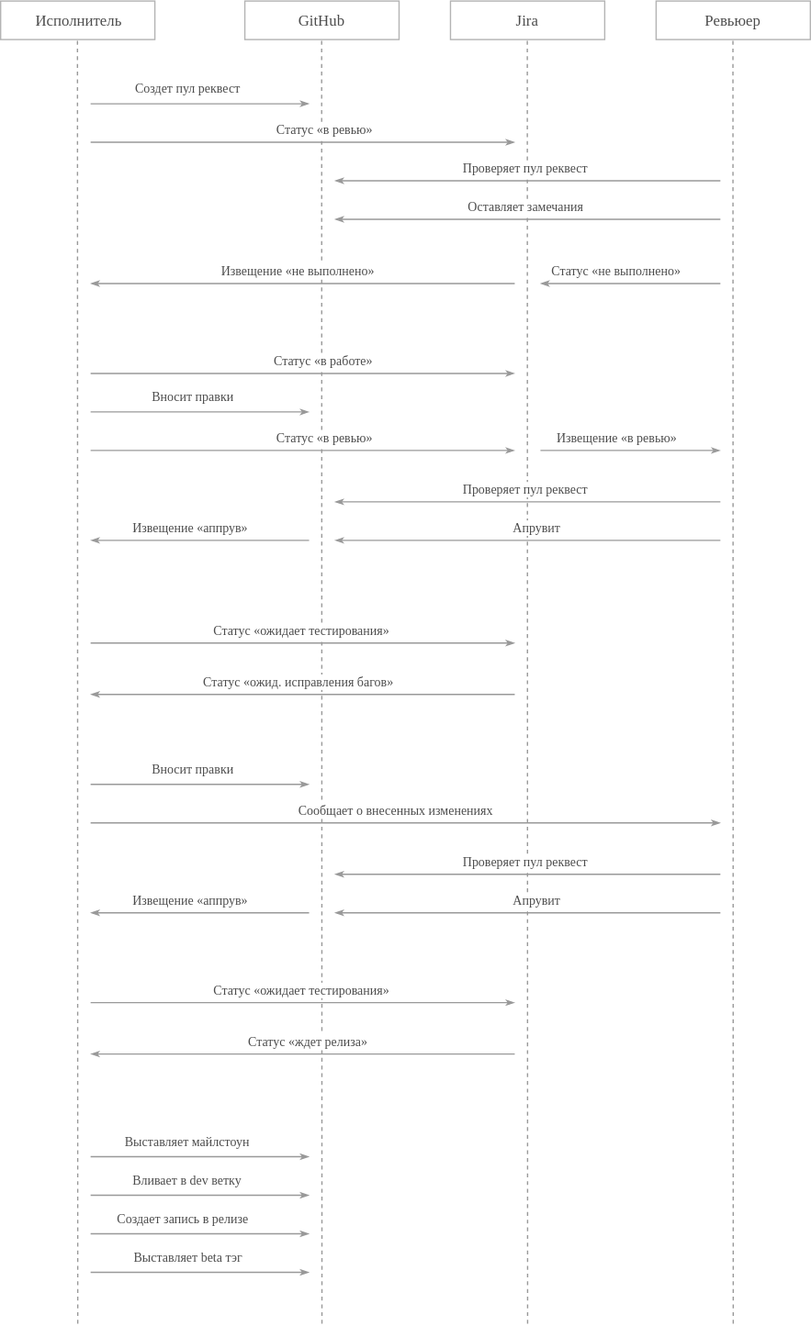
ajile/draw-io keeps this draw.io diagram as workflow.svg. Above is the earlier version. Source tidied: cells renumbered, new cells last; positions are measured from the earlier drawing's top-left corner, leaving out a move shared by most shapes.
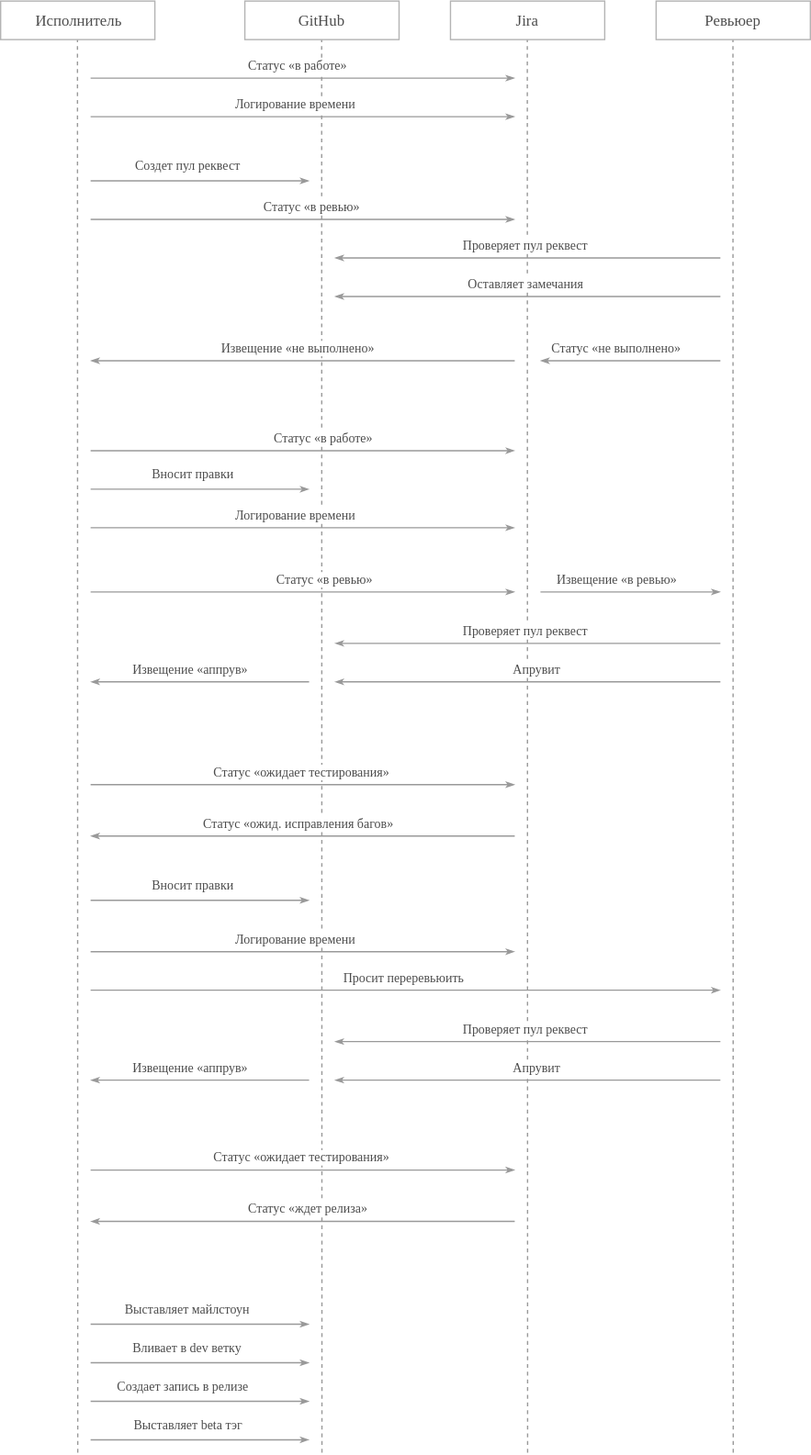
After the commit.

Change to the diagram source:
```diff
@@ -9,3 +9,3 @@
       <mxGeometry relative="1" as="geometry">
-        <mxPoint x="250" y="1030" as="sourcePoint" />
+        <mxPoint x="250" y="1130" as="sourcePoint" />
       </mxGeometry>
@@ -17,3 +17,3 @@
       <mxGeometry relative="1" as="geometry">
-        <mxPoint x="410" y="1030" as="sourcePoint" />
+        <mxPoint x="410" y="1130" as="sourcePoint" />
       </mxGeometry>
@@ -25,4 +25,4 @@
       <mxGeometry relative="1" as="geometry">
-        <mxPoint x="70" y="80" as="sourcePoint" />
-        <mxPoint x="240" y="80" as="targetPoint" />
+        <mxPoint x="70" y="140" as="sourcePoint" />
+        <mxPoint x="240" y="140" as="targetPoint" />
       </mxGeometry>
@@ -36,4 +36,4 @@
       <mxGeometry relative="1" as="geometry">
-        <mxPoint x="70" y="110" as="sourcePoint" />
-        <mxPoint x="400" y="110" as="targetPoint" />
+        <mxPoint x="70" y="170" as="sourcePoint" />
+        <mxPoint x="400" y="170" as="targetPoint" />
       </mxGeometry>
@@ -42,3 +42,3 @@
       <mxGeometry x="0.13" y="1" relative="1" as="geometry">
-        <mxPoint x="4" y="-9" as="offset" />
+        <mxPoint x="-6" y="-9" as="offset" />
       </mxGeometry>
@@ -47,3 +47,3 @@
       <mxGeometry relative="1" as="geometry">
-        <mxPoint x="60" y="1030" as="sourcePoint" />
+        <mxPoint x="60" y="1130" as="sourcePoint" />
       </mxGeometry>
@@ -55,3 +55,3 @@
       <mxGeometry relative="1" as="geometry">
-        <mxPoint x="570" y="1030" as="sourcePoint" />
+        <mxPoint x="570" y="1130" as="sourcePoint" />
       </mxGeometry>
@@ -60,4 +60,4 @@
       <mxGeometry relative="1" as="geometry">
-        <mxPoint x="560" y="140" as="sourcePoint" />
-        <mxPoint x="260" y="140" as="targetPoint" />
+        <mxPoint x="560" y="200" as="sourcePoint" />
+        <mxPoint x="260" y="200" as="targetPoint" />
       </mxGeometry>
@@ -71,4 +71,4 @@
       <mxGeometry relative="1" as="geometry">
-        <mxPoint x="560" y="220" as="sourcePoint" />
-        <mxPoint x="420" y="220" as="targetPoint" />
+        <mxPoint x="560" y="280" as="sourcePoint" />
+        <mxPoint x="420" y="280" as="targetPoint" />
       </mxGeometry>
@@ -82,4 +82,4 @@
       <mxGeometry relative="1" as="geometry">
-        <mxPoint x="400" y="220" as="sourcePoint" />
-        <mxPoint x="70" y="220" as="targetPoint" />
+        <mxPoint x="400" y="280" as="sourcePoint" />
+        <mxPoint x="70" y="280" as="targetPoint" />
       </mxGeometry>
@@ -93,4 +93,4 @@
       <mxGeometry relative="1" as="geometry">
-        <mxPoint x="560" y="170" as="sourcePoint" />
-        <mxPoint x="260" y="170" as="targetPoint" />
+        <mxPoint x="560" y="230" as="sourcePoint" />
+        <mxPoint x="260" y="230" as="targetPoint" />
       </mxGeometry>
@@ -104,4 +104,4 @@
       <mxGeometry relative="1" as="geometry">
-        <mxPoint x="70" y="320" as="sourcePoint" />
-        <mxPoint x="240" y="320" as="targetPoint" />
+        <mxPoint x="70" y="380" as="sourcePoint" />
+        <mxPoint x="240" y="380" as="targetPoint" />
       </mxGeometry>
@@ -115,4 +115,4 @@
       <mxGeometry relative="1" as="geometry">
-        <mxPoint x="420" y="350" as="sourcePoint" />
-        <mxPoint x="560" y="350" as="targetPoint" />
+        <mxPoint x="420" y="460" as="sourcePoint" />
+        <mxPoint x="560" y="460" as="targetPoint" />
       </mxGeometry>
@@ -126,4 +126,4 @@
       <mxGeometry relative="1" as="geometry">
-        <mxPoint x="70" y="290" as="sourcePoint" />
-        <mxPoint x="400" y="290" as="targetPoint" />
+        <mxPoint x="70" y="350" as="sourcePoint" />
+        <mxPoint x="400" y="350" as="targetPoint" />
       </mxGeometry>
@@ -137,4 +137,4 @@
       <mxGeometry relative="1" as="geometry">
-        <mxPoint x="70" y="350" as="sourcePoint" />
-        <mxPoint x="400" y="350" as="targetPoint" />
+        <mxPoint x="70" y="460" as="sourcePoint" />
+        <mxPoint x="400" y="460" as="targetPoint" />
       </mxGeometry>
@@ -148,4 +148,4 @@
       <mxGeometry relative="1" as="geometry">
-        <mxPoint x="560" y="390" as="sourcePoint" />
-        <mxPoint x="260" y="390" as="targetPoint" />
+        <mxPoint x="560" y="500" as="sourcePoint" />
+        <mxPoint x="260" y="500" as="targetPoint" />
       </mxGeometry>
@@ -159,4 +159,4 @@
       <mxGeometry relative="1" as="geometry">
-        <mxPoint x="560" y="420" as="sourcePoint" />
-        <mxPoint x="260" y="420" as="targetPoint" />
+        <mxPoint x="560" y="530" as="sourcePoint" />
+        <mxPoint x="260" y="530" as="targetPoint" />
       </mxGeometry>
@@ -170,4 +170,4 @@
       <mxGeometry relative="1" as="geometry">
-        <mxPoint x="240" y="420" as="sourcePoint" />
-        <mxPoint x="70" y="420" as="targetPoint" />
+        <mxPoint x="240" y="530" as="sourcePoint" />
+        <mxPoint x="70" y="530" as="targetPoint" />
       </mxGeometry>
@@ -181,4 +181,4 @@
       <mxGeometry relative="1" as="geometry">
-        <mxPoint x="70" y="500" as="sourcePoint" />
-        <mxPoint x="400" y="500" as="targetPoint" />
+        <mxPoint x="70" y="610" as="sourcePoint" />
+        <mxPoint x="400" y="610" as="targetPoint" />
       </mxGeometry>
@@ -192,4 +192,4 @@
       <mxGeometry relative="1" as="geometry">
-        <mxPoint x="400" y="540" as="sourcePoint" />
-        <mxPoint x="70" y="540" as="targetPoint" />
+        <mxPoint x="400" y="650" as="sourcePoint" />
+        <mxPoint x="70" y="650" as="targetPoint" />
       </mxGeometry>
@@ -203,4 +203,4 @@
       <mxGeometry relative="1" as="geometry">
-        <mxPoint x="70" y="610" as="sourcePoint" />
-        <mxPoint x="240" y="610" as="targetPoint" />
+        <mxPoint x="70" y="700" as="sourcePoint" />
+        <mxPoint x="240" y="700" as="targetPoint" />
       </mxGeometry>
@@ -214,7 +214,7 @@
       <mxGeometry relative="1" as="geometry">
-        <mxPoint x="70" y="640" as="sourcePoint" />
-        <mxPoint x="560" y="640" as="targetPoint" />
+        <mxPoint x="70" y="770" as="sourcePoint" />
+        <mxPoint x="560" y="770" as="targetPoint" />
       </mxGeometry>
     </mxCell>
-    <mxCell id="43" value="Сообщает о внесенных изменениях" style="text;html=1;align=center;verticalAlign=middle;labelBackgroundColor=#ffffff;fontSize=10;fontFamily=Verdana;fontColor=#4D4D4D;" parent="42" vertex="1">
+    <mxCell id="43" value="Просит переревьюить" style="text;html=1;align=center;verticalAlign=middle;labelBackgroundColor=#ffffff;fontSize=10;fontFamily=Verdana;fontColor=#4D4D4D;" parent="42" vertex="1">
       <mxGeometry x="-0.11" relative="1" as="geometry">
@@ -225,4 +225,4 @@
       <mxGeometry relative="1" as="geometry">
-        <mxPoint x="70" y="780" as="sourcePoint" />
-        <mxPoint x="400" y="780" as="targetPoint" />
+        <mxPoint x="70" y="910" as="sourcePoint" />
+        <mxPoint x="400" y="910" as="targetPoint" />
       </mxGeometry>
@@ -236,4 +236,4 @@
       <mxGeometry relative="1" as="geometry">
-        <mxPoint x="400" y="820" as="sourcePoint" />
-        <mxPoint x="70" y="820" as="targetPoint" />
+        <mxPoint x="400" y="950" as="sourcePoint" />
+        <mxPoint x="70" y="950" as="targetPoint" />
       </mxGeometry>
@@ -247,4 +247,4 @@
       <mxGeometry relative="1" as="geometry">
-        <mxPoint x="560" y="680" as="sourcePoint" />
-        <mxPoint x="260" y="680" as="targetPoint" />
+        <mxPoint x="560" y="810" as="sourcePoint" />
+        <mxPoint x="260" y="810" as="targetPoint" />
       </mxGeometry>
@@ -258,4 +258,4 @@
       <mxGeometry relative="1" as="geometry">
-        <mxPoint x="560" y="710" as="sourcePoint" />
-        <mxPoint x="260" y="710" as="targetPoint" />
+        <mxPoint x="560" y="840" as="sourcePoint" />
+        <mxPoint x="260" y="840" as="targetPoint" />
       </mxGeometry>
@@ -269,4 +269,4 @@
       <mxGeometry relative="1" as="geometry">
-        <mxPoint x="240" y="710" as="sourcePoint" />
-        <mxPoint x="70" y="710" as="targetPoint" />
+        <mxPoint x="240" y="840" as="sourcePoint" />
+        <mxPoint x="70" y="840" as="targetPoint" />
       </mxGeometry>
@@ -280,4 +280,4 @@
       <mxGeometry relative="1" as="geometry">
-        <mxPoint x="70" y="900" as="sourcePoint" />
-        <mxPoint x="240" y="900" as="targetPoint" />
+        <mxPoint x="70" y="1030" as="sourcePoint" />
+        <mxPoint x="240" y="1030" as="targetPoint" />
       </mxGeometry>
@@ -291,4 +291,4 @@
       <mxGeometry relative="1" as="geometry">
-        <mxPoint x="70" y="930" as="sourcePoint" />
-        <mxPoint x="240" y="930" as="targetPoint" />
+        <mxPoint x="70" y="1060" as="sourcePoint" />
+        <mxPoint x="240" y="1060" as="targetPoint" />
       </mxGeometry>
@@ -302,4 +302,4 @@
       <mxGeometry relative="1" as="geometry">
-        <mxPoint x="70" y="960" as="sourcePoint" />
-        <mxPoint x="240" y="960" as="targetPoint" />
+        <mxPoint x="70" y="1090" as="sourcePoint" />
+        <mxPoint x="240" y="1090" as="targetPoint" />
       </mxGeometry>
@@ -313,4 +313,4 @@
       <mxGeometry relative="1" as="geometry">
-        <mxPoint x="70" y="990" as="sourcePoint" />
-        <mxPoint x="240" y="990" as="targetPoint" />
+        <mxPoint x="70" y="1120" as="sourcePoint" />
+        <mxPoint x="240" y="1120" as="targetPoint" />
       </mxGeometry>
@@ -322,2 +322,46 @@
     </mxCell>
+    <mxCell id="62" style="edgeStyle=none;rounded=0;html=1;startArrow=none;startFill=0;startSize=16;endArrow=classicThin;endFill=1;endSize=4;jettySize=auto;orthogonalLoop=1;strokeColor=#999999;strokeWidth=1;fontFamily=Verdana;fontSize=12;fontColor=#4D4D4D;labelBackgroundColor=none;" parent="1" edge="1">
+      <mxGeometry relative="1" as="geometry">
+        <mxPoint x="70" y="60" as="sourcePoint" />
+        <mxPoint x="400" y="60" as="targetPoint" />
+      </mxGeometry>
+    </mxCell>
+    <mxCell id="63" value="Статус «в работе»" style="text;html=1;align=center;verticalAlign=middle;labelBackgroundColor=#ffffff;fontSize=10;fontFamily=Verdana;fontColor=#4D4D4D;" parent="62" vertex="1">
+      <mxGeometry x="-0.11" relative="1" as="geometry">
+        <mxPoint x="23" y="-10" as="offset" />
+      </mxGeometry>
+    </mxCell>
+    <mxCell id="64" style="edgeStyle=none;rounded=0;html=1;startArrow=none;startFill=0;startSize=16;endArrow=classicThin;endFill=1;endSize=4;jettySize=auto;orthogonalLoop=1;strokeColor=#999999;strokeWidth=1;fontFamily=Verdana;fontSize=12;fontColor=#4D4D4D;labelBackgroundColor=none;" parent="1" edge="1">
+      <mxGeometry relative="1" as="geometry">
+        <mxPoint x="70" y="90" as="sourcePoint" />
+        <mxPoint x="400" y="90" as="targetPoint" />
+      </mxGeometry>
+    </mxCell>
+    <mxCell id="65" value="Логирование времени" style="text;html=1;align=center;verticalAlign=middle;labelBackgroundColor=#ffffff;fontSize=10;fontFamily=Verdana;fontColor=#4D4D4D;" parent="64" vertex="1">
+      <mxGeometry x="-0.11" relative="1" as="geometry">
+        <mxPoint x="23" y="-10" as="offset" />
+      </mxGeometry>
+    </mxCell>
+    <mxCell id="66" style="edgeStyle=none;rounded=0;html=1;startArrow=none;startFill=0;startSize=16;endArrow=classicThin;endFill=1;endSize=4;jettySize=auto;orthogonalLoop=1;strokeColor=#999999;strokeWidth=1;fontFamily=Verdana;fontSize=12;fontColor=#4D4D4D;labelBackgroundColor=none;" parent="1" edge="1">
+      <mxGeometry relative="1" as="geometry">
+        <mxPoint x="70" y="410" as="sourcePoint" />
+        <mxPoint x="400" y="410" as="targetPoint" />
+      </mxGeometry>
+    </mxCell>
+    <mxCell id="67" value="Логирование времени" style="text;html=1;align=center;verticalAlign=middle;labelBackgroundColor=#ffffff;fontSize=10;fontFamily=Verdana;fontColor=#4D4D4D;" parent="66" vertex="1">
+      <mxGeometry x="-0.11" relative="1" as="geometry">
+        <mxPoint x="23" y="-10" as="offset" />
+      </mxGeometry>
+    </mxCell>
+    <mxCell id="68" style="edgeStyle=none;rounded=0;html=1;startArrow=none;startFill=0;startSize=16;endArrow=classicThin;endFill=1;endSize=4;jettySize=auto;orthogonalLoop=1;strokeColor=#999999;strokeWidth=1;fontFamily=Verdana;fontSize=12;fontColor=#4D4D4D;labelBackgroundColor=none;" parent="1" edge="1">
+      <mxGeometry relative="1" as="geometry">
+        <mxPoint x="70" y="740" as="sourcePoint" />
+        <mxPoint x="400" y="740" as="targetPoint" />
+      </mxGeometry>
+    </mxCell>
+    <mxCell id="69" value="Логирование времени" style="text;html=1;align=center;verticalAlign=middle;labelBackgroundColor=#ffffff;fontSize=10;fontFamily=Verdana;fontColor=#4D4D4D;" parent="68" vertex="1">
+      <mxGeometry x="-0.11" relative="1" as="geometry">
+        <mxPoint x="23" y="-10" as="offset" />
+      </mxGeometry>
+    </mxCell>
   </root>
```
